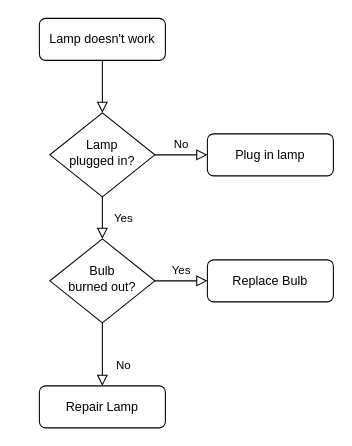
This is offline-analysis.drawio from geo-deyi/dataflow, a draw.io file, before an edit. Source tidied: cells renumbered, new cells numbered last; positions are measured from the earlier drawing's top-left corner, leaving out a move shared by most shapes. Both pictures are drawn from the tidied source at 105%, with x=0, y=0 at pixel (39, 18).
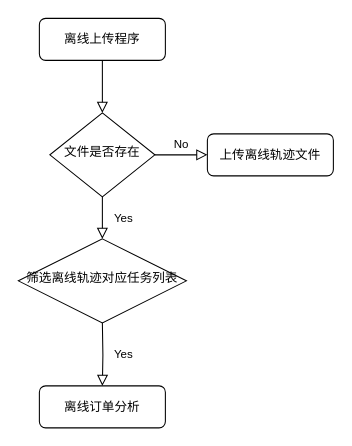
Above is the later version.

The edit, as a diff of the source:
```diff
@@
 <mxGraphModel>
   <root>
     <mxCell id="0" />
     <mxCell id="1" parent="0" />
     <mxCell id="2" style="rounded=0;html=1;jettySize=auto;fontSize=11;endArrow=block;endFill=0;endSize=8;strokeWidth=1;shadow=0;labelBackgroundColor=none;edgeStyle=orthogonalEdgeStyle;" parent="1" edge="1" source="3" target="6">
       <mxGeometry relative="1" as="geometry" />
     </mxCell>
-    <mxCell id="3" value="Lamp doesn't work" style="rounded=1;whiteSpace=wrap;html=1;fontSize=12;glass=0;strokeWidth=1;shadow=0;" parent="1" vertex="1">
+    <mxCell id="3" value="离线上传程序" style="rounded=1;whiteSpace=wrap;html=1;fontSize=12;glass=0;strokeWidth=1;shadow=0;" parent="1" vertex="1">
       <mxGeometry width="120" height="40" as="geometry" />
     </mxCell>
     <mxCell id="4" value="Yes" style="rounded=0;html=1;jettySize=auto;fontSize=11;endArrow=block;endFill=0;endSize=8;strokeWidth=1;shadow=0;labelBackgroundColor=none;edgeStyle=orthogonalEdgeStyle;" parent="1" edge="1" source="6" target="10">
       <mxGeometry y="20" relative="1" as="geometry" />
     </mxCell>
     <mxCell id="5" value="No" style="edgeStyle=orthogonalEdgeStyle;rounded=0;html=1;jettySize=auto;fontSize=11;endArrow=block;endFill=0;endSize=8;strokeWidth=1;shadow=0;labelBackgroundColor=none;" parent="1" edge="1" source="6" target="7">
       <mxGeometry y="10" relative="1" as="geometry" />
     </mxCell>
-    <mxCell id="6" value="Lamp&lt;br&gt;plugged in?" style="rhombus;whiteSpace=wrap;html=1;shadow=0;fontFamily=Helvetica;fontSize=12;align=center;strokeWidth=1;spacing=6;spacingTop=-4;" parent="1" vertex="1">
+    <mxCell id="6" value="文件是否存在" style="rhombus;whiteSpace=wrap;html=1;shadow=0;fontFamily=Helvetica;fontSize=12;align=center;strokeWidth=1;spacing=6;spacingTop=-4;" parent="1" vertex="1">
       <mxGeometry x="10" y="90" width="100" height="80" as="geometry" />
     </mxCell>
-    <mxCell id="7" value="Plug in lamp" style="rounded=1;whiteSpace=wrap;html=1;fontSize=12;glass=0;strokeWidth=1;shadow=0;" parent="1" vertex="1">
+    <mxCell id="7" value="上传离线轨迹文件" style="rounded=1;whiteSpace=wrap;html=1;fontSize=12;glass=0;strokeWidth=1;shadow=0;" parent="1" vertex="1">
       <mxGeometry x="160" y="110" width="120" height="40" as="geometry" />
     </mxCell>
-    <mxCell id="8" value="No" style="rounded=0;html=1;jettySize=auto;fontSize=11;endArrow=block;endFill=0;endSize=8;strokeWidth=1;shadow=0;labelBackgroundColor=none;edgeStyle=orthogonalEdgeStyle;" parent="1" edge="1" source="10" target="11">
-      <mxGeometry x="0.33" y="20" relative="1" as="geometry" />
-    </mxCell>
-    <mxCell id="9" value="Yes" style="edgeStyle=orthogonalEdgeStyle;rounded=0;html=1;jettySize=auto;fontSize=11;endArrow=block;endFill=0;endSize=8;strokeWidth=1;shadow=0;labelBackgroundColor=none;" parent="1" edge="1" source="10" target="12">
-      <mxGeometry y="10" relative="1" as="geometry" />
-    </mxCell>
-    <mxCell id="10" value="Bulb&lt;br&gt;burned out?" style="rhombus;whiteSpace=wrap;html=1;shadow=0;fontFamily=Helvetica;fontSize=12;align=center;strokeWidth=1;spacing=6;spacingTop=-4;" parent="1" vertex="1">
-      <mxGeometry x="10" y="210" width="100" height="80" as="geometry" />
+    <mxCell id="10" value="筛选离线轨迹对应任务列表" style="rhombus;whiteSpace=wrap;html=1;shadow=0;fontFamily=Helvetica;fontSize=12;align=center;strokeWidth=1;spacing=6;spacingTop=-4;" parent="1" vertex="1">
+      <mxGeometry x="-20" y="210" width="160" height="80" as="geometry" />
     </mxCell>
-    <mxCell id="11" value="Repair Lamp" style="rounded=1;whiteSpace=wrap;html=1;fontSize=12;glass=0;strokeWidth=1;shadow=0;" parent="1" vertex="1">
+    <mxCell id="11" value="离线订单分析" style="rounded=1;whiteSpace=wrap;html=1;fontSize=12;glass=0;strokeWidth=1;shadow=0;" parent="1" vertex="1">
       <mxGeometry y="350" width="120" height="40" as="geometry" />
     </mxCell>
-    <mxCell id="12" value="Replace Bulb" style="rounded=1;whiteSpace=wrap;html=1;fontSize=12;glass=0;strokeWidth=1;shadow=0;" parent="1" vertex="1">
-      <mxGeometry x="160" y="230" width="120" height="40" as="geometry" />
-    </mxCell>
+    <mxCell id="9" value="Yes" style="rounded=0;html=1;jettySize=auto;fontSize=11;endArrow=block;endFill=0;endSize=8;strokeWidth=1;shadow=0;labelBackgroundColor=none;edgeStyle=orthogonalEdgeStyle;entryX=0.5;entryY=0;entryDx=0;entryDy=0;" parent="1" edge="1" target="11">
+      <mxGeometry y="20" relative="1" as="geometry">
+        <mxPoint x="60" y="290" as="sourcePoint" />
+      </mxGeometry>
+    </mxCell>
   </root>
 </mxGraphModel>
```
